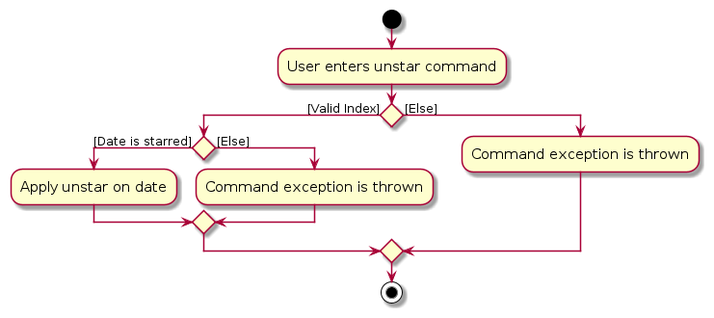
The PlantUML diagram diagrams/UnstarActivity.png in AY2324S1-CS2103T-F10-2/tp, before a commit. Its source is kept beside it as diagrams/UnstarActivity.puml.
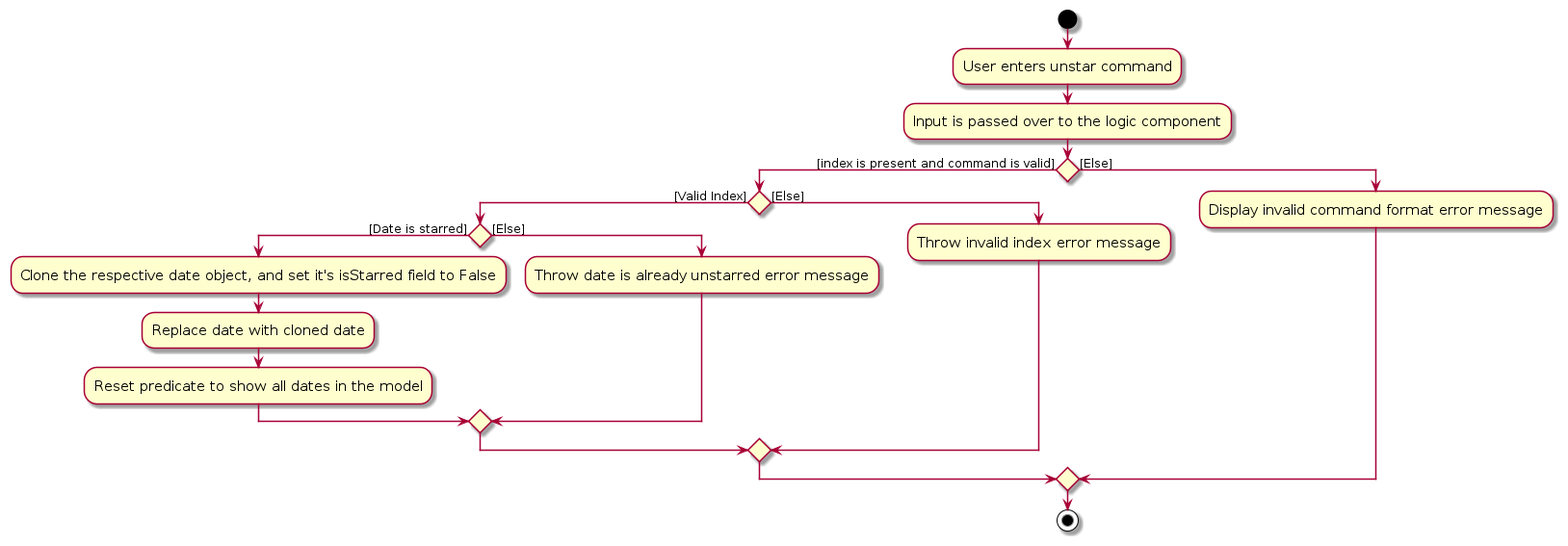
The same file after the commit.

The edit, as a diff of the source:
```diff
@@ -6,14 +6,23 @@
 start
 :User enters unstar command;
 
-if () then ([Valid Index])
-    if () then ([Date is starred])
-        :Apply unstar on date;
+:Input is passed over to the logic component;
+if () then ([index is present and command is valid])
+    if () then ([Valid Index])
+        if () then ([Date is starred])
+            :Clone the respective date object, and set it's isStarred field to False;
+
+            :Replace date with cloned date;
+
+            :Reset predicate to show all dates in the model;
+        else ([Else])
+            :Throw date is already unstarred error message;
+        endif
     else ([Else])
-        :Command exception is thrown;
+        :Throw invalid index error message;
     endif
 else ([Else])
-    :Command exception is thrown;
+    :Display invalid command format error message;
 endif
 
 stop
```
